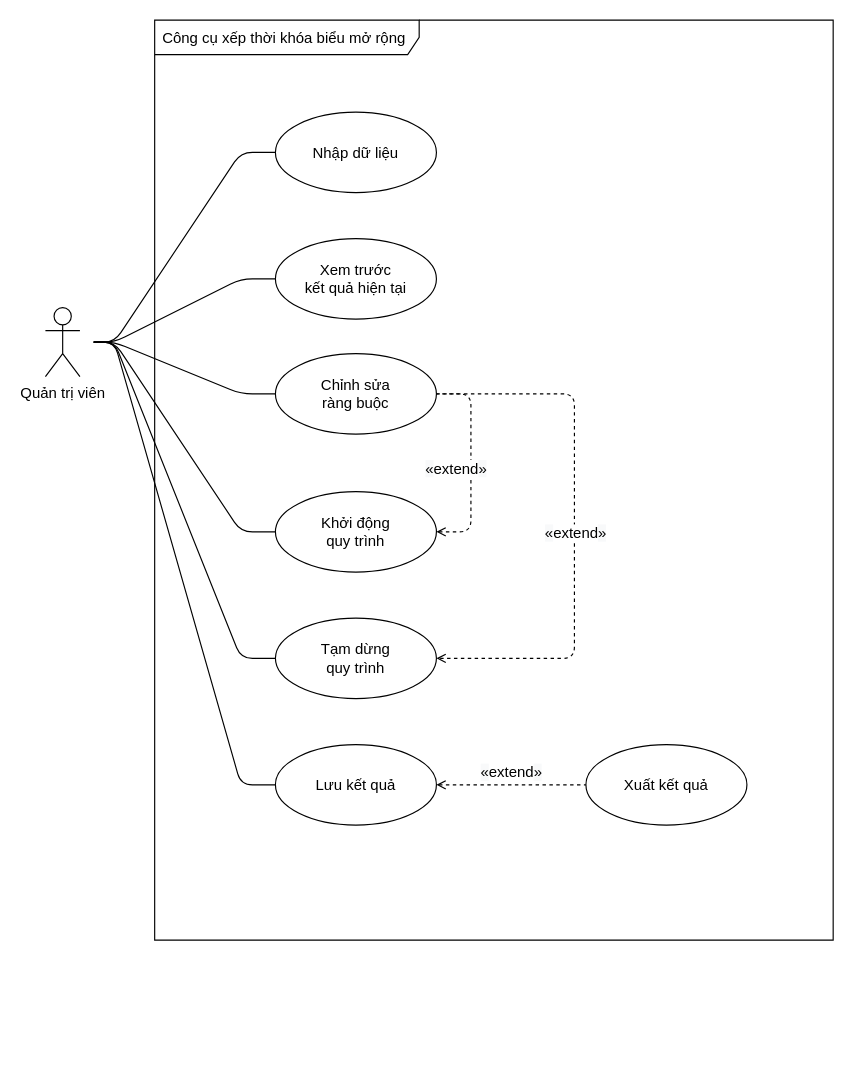
Before: page "UseCase" (4 of 7) of draw.drawio in lehongduc200115/unitime-do-an, a draw.io diagram. Source tidied: cells renumbered, new cells numbered last; positions are measured from the earlier drawing's top-left corner, leaving out a move shared by most shapes. Both pictures are drawn from the tidied source at 115%, with x=0, y=0 at pixel (45, 20).
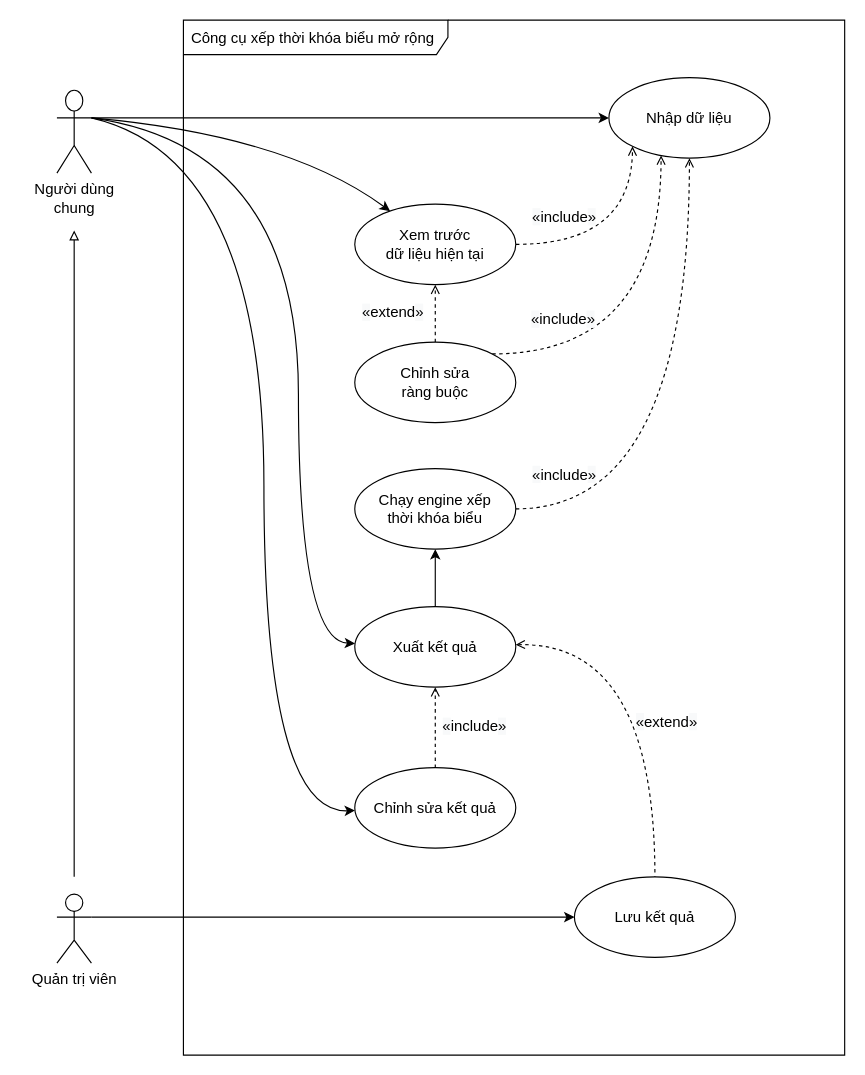
The same diagram, later.

Diff of the diagram source:
```diff
@@
     <mxCell id="2" value="Công cụ xếp thời khóa biểu mở rộng" style="shape=umlFrame;whiteSpace=wrap;html=1;width=230;height=30;boundedLbl=1;verticalAlign=middle;align=left;spacingLeft=5;fontSize=13;" parent="1" vertex="1">
-      <mxGeometry x="95" width="590" height="800" as="geometry" />
+      <mxGeometry x="120" width="575" height="900" as="geometry" />
     </mxCell>
-    <mxCell id="3" style="edgeStyle=entityRelationEdgeStyle;html=1;endArrow=none;endFill=0;elbow=vertical;sourcePerimeterSpacing=12;fontSize=13;" parent="1" edge="1" source="8" target="9">
+    <mxCell id="3" style="edgeStyle=none;html=1;endArrow=classic;endFill=1;sourcePerimeterSpacing=0;targetPerimeterSpacing=0;exitX=1;exitY=0.3333333333333333;exitDx=0;exitDy=0;exitPerimeter=0;" parent="1" edge="1" source="8" target="9">
       <mxGeometry relative="1" as="geometry" />
     </mxCell>
-    <mxCell id="4" style="edgeStyle=entityRelationEdgeStyle;html=1;endArrow=none;endFill=0;sourcePerimeterSpacing=12;fontSize=13;" parent="1" edge="1" source="8" target="12">
-      <mxGeometry relative="1" as="geometry" />
-    </mxCell>
-    <mxCell id="5" style="edgeStyle=entityRelationEdgeStyle;html=1;fontSize=13;startArrow=none;startFill=0;endArrow=none;endFill=0;sourcePerimeterSpacing=12;" parent="1" edge="1" source="8" target="17">
-      <mxGeometry relative="1" as="geometry" />
-    </mxCell>
-    <mxCell id="6" style="edgeStyle=entityRelationEdgeStyle;html=1;fontSize=13;startArrow=none;startFill=0;endArrow=none;endFill=0;sourcePerimeterSpacing=12;" parent="1" edge="1" source="8" target="20">
-      <mxGeometry relative="1" as="geometry" />
-    </mxCell>
-    <mxCell id="7" style="edgeStyle=entityRelationEdgeStyle;html=1;fontSize=13;startArrow=none;startFill=0;endArrow=none;endFill=0;sourcePerimeterSpacing=12;" parent="1" edge="1" source="8" target="21">
-      <mxGeometry relative="1" as="geometry" />
-    </mxCell>
+    <mxCell id="14" style="html=1;endArrow=classic;endFill=1;sourcePerimeterSpacing=0;targetPerimeterSpacing=0;exitX=1;exitY=0.3333333333333333;exitDx=0;exitDy=0;exitPerimeter=0;curved=1;" parent="1" edge="1" source="8" target="10">
+      <mxGeometry relative="1" as="geometry">
+        <Array as="points">
+          <mxPoint x="210" y="100" />
+        </Array>
+      </mxGeometry>
+    </mxCell>
+    <mxCell id="22" value="&lt;span style=&quot;border-color: var(--border-color); color: rgb(0, 0, 0); font-family: Helvetica; font-style: normal; font-variant-ligatures: normal; font-variant-caps: normal; font-weight: 400; letter-spacing: normal; orphans: 2; text-align: center; text-indent: 0px; text-transform: none; widows: 2; word-spacing: 0px; -webkit-text-stroke-width: 0px; text-decoration-thickness: initial; text-decoration-style: initial; text-decoration-color: initial; font-size: 13px; background-color: rgb(248, 249, 250);&quot;&gt;«&lt;/span&gt;&lt;span style=&quot;border-color: var(--border-color); color: rgb(0, 0, 0); font-family: Helvetica; font-style: normal; font-variant-ligatures: normal; font-variant-caps: normal; font-weight: 400; letter-spacing: normal; orphans: 2; text-align: center; text-indent: 0px; text-transform: none; widows: 2; word-spacing: 0px; -webkit-text-stroke-width: 0px; text-decoration-thickness: initial; text-decoration-style: initial; text-decoration-color: initial; font-size: 13px; background-color: rgb(255, 255, 255);&quot;&gt;extend&lt;/span&gt;&lt;span style=&quot;border-color: var(--border-color); color: rgb(0, 0, 0); font-family: Helvetica; font-style: normal; font-variant-ligatures: normal; font-variant-caps: normal; font-weight: 400; letter-spacing: normal; orphans: 2; text-align: center; text-indent: 0px; text-transform: none; widows: 2; word-spacing: 0px; -webkit-text-stroke-width: 0px; text-decoration-thickness: initial; text-decoration-style: initial; text-decoration-color: initial; font-size: 13px; background-color: rgb(248, 249, 250);&quot;&gt;»&lt;/span&gt;" style="edgeStyle=none;html=1;endArrow=open;endFill=0;sourcePerimeterSpacing=0;targetPerimeterSpacing=0;dashed=1;" parent="1" edge="1" source="17" target="10">
+      <mxGeometry x="0.04" y="37" relative="1" as="geometry" />
+    </mxCell>
+    <mxCell id="23" style="html=1;endArrow=classic;endFill=1;sourcePerimeterSpacing=0;targetPerimeterSpacing=0;exitX=1;exitY=0.3333333333333333;exitDx=0;exitDy=0;exitPerimeter=0;elbow=vertical;curved=1;" parent="1" edge="1" source="8" target="13">
+      <mxGeometry relative="1" as="geometry">
+        <Array as="points">
+          <mxPoint x="220" y="110" />
+          <mxPoint x="220" y="540" />
+        </Array>
+      </mxGeometry>
+    </mxCell>
+    <mxCell id="24" style="edgeStyle=none;curved=1;html=1;startArrow=none;startFill=0;endArrow=classic;endFill=1;sourcePerimeterSpacing=0;targetPerimeterSpacing=0;elbow=vertical;exitX=1;exitY=0.3333333333333333;exitDx=0;exitDy=0;exitPerimeter=0;" parent="1" edge="1" source="8" target="35">
+      <mxGeometry relative="1" as="geometry">
+        <Array as="points">
+          <mxPoint x="190" y="120" />
+          <mxPoint x="190" y="690" />
+        </Array>
+      </mxGeometry>
+    </mxCell>
-    <mxCell id="8" value="Quản trị viên" style="shape=umlActor;verticalLabelPosition=bottom;verticalAlign=top;html=1;outlineConnect=0;fontSize=13;" parent="1" vertex="1">
-      <mxGeometry y="250" width="30" height="60" as="geometry" />
+    <mxCell id="8" value="Người dùng&lt;br&gt;chung" style="shape=umlActor;verticalLabelPosition=bottom;verticalAlign=top;html=1;outlineConnect=0;fontSize=13;" parent="1" vertex="1">
+      <mxGeometry x="10" y="61" width="30" height="72" as="geometry" />
     </mxCell>
     <mxCell id="9" value="Nhập dữ liệu" style="ellipse;whiteSpace=wrap;html=1;fontSize=13;" parent="1" vertex="1">
-      <mxGeometry x="200" y="80" width="140" height="70" as="geometry" />
+      <mxGeometry x="490" y="50" width="140" height="70" as="geometry" />
     </mxCell>
+    <mxCell id="25" style="html=1;dashed=1;endArrow=open;endFill=0;edgeStyle=orthogonalEdgeStyle;curved=1;entryX=0;entryY=1;entryDx=0;entryDy=0;" parent="1" edge="1" source="10" target="9">
+      <mxGeometry relative="1" as="geometry" />
+    </mxCell>
+    <mxCell id="26" value="&lt;span style=&quot;border-color: var(--border-color); font-size: 13px; background-color: rgb(248, 249, 250);&quot;&gt;«&lt;/span&gt;&lt;span style=&quot;font-size: 13px;&quot;&gt;include&lt;/span&gt;&lt;span style=&quot;border-color: var(--border-color); font-size: 13px; background-color: rgb(248, 249, 250);&quot;&gt;»&lt;/span&gt;" style="edgeLabel;html=1;align=center;verticalAlign=middle;" parent="25" vertex="1">
+      <mxGeometry x="0.25" relative="1" as="geometry">
+        <mxPoint x="-60" y="-9" as="offset" />
+      </mxGeometry>
+    </mxCell>
-    <mxCell id="10" value="&lt;span style=&quot;font-size: 13px&quot;&gt;Xem trước&lt;br style=&quot;font-size: 13px;&quot;&gt;kết quả hiện tại&lt;/span&gt;" style="ellipse;whiteSpace=wrap;html=1;fontSize=13;" parent="1" vertex="1">
-      <mxGeometry x="200" y="190" width="140" height="70" as="geometry" />
+    <mxCell id="10" value="&lt;span style=&quot;font-size: 13px&quot;&gt;Xem trước&lt;br style=&quot;font-size: 13px;&quot;&gt;dữ liệu hiện tại&lt;/span&gt;" style="ellipse;whiteSpace=wrap;html=1;fontSize=13;" parent="1" vertex="1">
+      <mxGeometry x="269" y="160" width="140" height="70" as="geometry" />
     </mxCell>
-    <mxCell id="11" value="&lt;span style=&quot;background-color: rgb(248 , 249 , 250)&quot;&gt;«&lt;/span&gt;extend&lt;span style=&quot;background-color: rgb(248 , 249 , 250)&quot;&gt;»&lt;/span&gt;" style="edgeStyle=entityRelationEdgeStyle;html=1;fontSize=13;endArrow=none;endFill=0;sourcePerimeterSpacing=0;dashed=1;startArrow=open;startFill=0;" parent="1" edge="1" source="12" target="13">
-      <mxGeometry y="11" relative="1" as="geometry" />
+    <mxCell id="11" value="&lt;span style=&quot;background-color: rgb(248 , 249 , 250)&quot;&gt;«&lt;/span&gt;extend&lt;span style=&quot;background-color: rgb(248 , 249 , 250)&quot;&gt;»&lt;/span&gt;" style="html=1;fontSize=13;endArrow=none;endFill=0;sourcePerimeterSpacing=0;dashed=1;startArrow=open;startFill=0;curved=1;" parent="1" edge="1" source="13" target="12">
+      <mxGeometry x="0.17" y="10" relative="1" as="geometry">
+        <Array as="points">
+          <mxPoint x="530" y="540" />
+        </Array>
+      </mxGeometry>
     </mxCell>
     <mxCell id="12" value="Lưu kết quả" style="ellipse;whiteSpace=wrap;html=1;fontSize=13;" parent="1" vertex="1">
-      <mxGeometry x="200" y="630" width="140" height="70" as="geometry" />
+      <mxGeometry x="460" y="745" width="140" height="70" as="geometry" />
     </mxCell>
+    <mxCell id="27" style="edgeStyle=none;html=1;endArrow=classic;endFill=1;sourcePerimeterSpacing=0;targetPerimeterSpacing=0;elbow=vertical;" parent="1" edge="1" source="13" target="20">
+      <mxGeometry relative="1" as="geometry" />
+    </mxCell>
     <mxCell id="13" value="Xuất kết quả" style="ellipse;whiteSpace=wrap;html=1;fontSize=13;" parent="1" vertex="1">
-      <mxGeometry x="470" y="630" width="140" height="70" as="geometry" />
+      <mxGeometry x="269" y="510" width="140" height="70" as="geometry" />
     </mxCell>
-    <mxCell id="14" style="edgeStyle=entityRelationEdgeStyle;html=1;endArrow=none;endFill=0;sourcePerimeterSpacing=12;fontSize=13;" parent="1" edge="1" source="8" target="10">
-      <mxGeometry relative="1" as="geometry" />
-    </mxCell>
-    <mxCell id="15" style="edgeStyle=orthogonalEdgeStyle;html=1;fontSize=13;startArrow=none;startFill=0;endArrow=open;endFill=0;sourcePerimeterSpacing=0;dashed=1;" parent="1" edge="1" source="17" target="21">
-      <mxGeometry relative="1" as="geometry">
-        <Array as="points">
-          <mxPoint x="460" y="325" />
-          <mxPoint x="460" y="555" />
-        </Array>
-      </mxGeometry>
-    </mxCell>
-    <mxCell id="16" value="&lt;span style=&quot;background-color: rgb(248 , 249 , 250)&quot;&gt;«&lt;/span&gt;extend&lt;span style=&quot;background-color: rgb(248 , 249 , 250)&quot;&gt;»&lt;/span&gt;" style="edgeLabel;html=1;align=center;verticalAlign=middle;fontSize=13;" parent="15" vertex="1">
-      <mxGeometry x="0.23" y="1" relative="1" as="geometry">
-        <mxPoint x="-1" y="-49" as="offset" />
-      </mxGeometry>
-    </mxCell>
+    <mxCell id="28" value="&lt;span style=&quot;border-color: var(--border-color); color: rgb(0, 0, 0); font-family: Helvetica; font-style: normal; font-variant-ligatures: normal; font-variant-caps: normal; font-weight: 400; letter-spacing: normal; orphans: 2; text-align: center; text-indent: 0px; text-transform: none; widows: 2; word-spacing: 0px; -webkit-text-stroke-width: 0px; text-decoration-thickness: initial; text-decoration-style: initial; text-decoration-color: initial; font-size: 13px; background-color: rgb(248, 249, 250);&quot;&gt;«&lt;/span&gt;&lt;span style=&quot;border-color: var(--border-color); color: rgb(0, 0, 0); font-family: Helvetica; font-style: normal; font-variant-ligatures: normal; font-variant-caps: normal; font-weight: 400; letter-spacing: normal; orphans: 2; text-align: center; text-indent: 0px; text-transform: none; widows: 2; word-spacing: 0px; -webkit-text-stroke-width: 0px; text-decoration-thickness: initial; text-decoration-style: initial; text-decoration-color: initial; font-size: 13px;&quot;&gt;include&lt;/span&gt;&lt;span style=&quot;border-color: var(--border-color); color: rgb(0, 0, 0); font-family: Helvetica; font-style: normal; font-variant-ligatures: normal; font-variant-caps: normal; font-weight: 400; letter-spacing: normal; orphans: 2; text-align: center; text-indent: 0px; text-transform: none; widows: 2; word-spacing: 0px; -webkit-text-stroke-width: 0px; text-decoration-thickness: initial; text-decoration-style: initial; text-decoration-color: initial; font-size: 13px; background-color: rgb(248, 249, 250);&quot;&gt;»&lt;/span&gt;" style="html=1;dashed=1;endArrow=open;endFill=0;exitX=1;exitY=0;exitDx=0;exitDy=0;edgeStyle=orthogonalEdgeStyle;curved=1;entryX=0.324;entryY=0.967;entryDx=0;entryDy=0;entryPerimeter=0;" parent="1" edge="1" source="17" target="9">
+      <mxGeometry x="-0.62" y="30" relative="1" as="geometry" />
+    </mxCell>
     <mxCell id="17" value="Chỉnh sửa&lt;br&gt;ràng buộc" style="ellipse;whiteSpace=wrap;html=1;fontSize=13;" parent="1" vertex="1">
-      <mxGeometry x="200" y="290" width="140" height="70" as="geometry" />
+      <mxGeometry x="269" y="280" width="140" height="70" as="geometry" />
     </mxCell>
-    <mxCell id="18" style="edgeStyle=entityRelationEdgeStyle;html=1;fontSize=13;startArrow=open;startFill=0;endArrow=none;endFill=0;sourcePerimeterSpacing=0;dashed=1;" parent="1" edge="1" source="20" target="17">
-      <mxGeometry relative="1" as="geometry" />
-    </mxCell>
-    <mxCell id="19" value="&lt;span style=&quot;background-color: rgb(248 , 249 , 250)&quot;&gt;«&lt;/span&gt;extend&lt;span style=&quot;background-color: rgb(248 , 249 , 250)&quot;&gt;»&lt;/span&gt;" style="edgeLabel;html=1;align=center;verticalAlign=middle;fontSize=13;" parent="18" vertex="1">
-      <mxGeometry x="0.04" y="1" relative="1" as="geometry">
-        <mxPoint x="-13" y="8" as="offset" />
-      </mxGeometry>
-    </mxCell>
+    <mxCell id="29" style="edgeStyle=orthogonalEdgeStyle;html=1;endArrow=open;endFill=0;sourcePerimeterSpacing=0;targetPerimeterSpacing=0;dashed=1;curved=1;" parent="1" edge="1" source="20" target="9">
+      <mxGeometry relative="1" as="geometry">
+        <Array as="points">
+          <mxPoint x="560" y="425" />
+        </Array>
+      </mxGeometry>
+    </mxCell>
+    <mxCell id="30" value="&lt;span style=&quot;border-color: var(--border-color); font-size: 13px; background-color: rgb(248, 249, 250);&quot;&gt;«&lt;/span&gt;&lt;span style=&quot;border-color: var(--border-color); font-size: 13px;&quot;&gt;include&lt;/span&gt;&lt;span style=&quot;border-color: var(--border-color); font-size: 13px; background-color: rgb(248, 249, 250);&quot;&gt;»&lt;/span&gt;" style="edgeLabel;html=1;align=center;verticalAlign=middle;" parent="29" vertex="1">
+      <mxGeometry x="0.14" relative="1" as="geometry">
+        <mxPoint x="-110" y="78" as="offset" />
+      </mxGeometry>
+    </mxCell>
-    <mxCell id="20" value="Khởi động&lt;br&gt;quy trình" style="ellipse;whiteSpace=wrap;html=1;fontSize=13;" parent="1" vertex="1">
-      <mxGeometry x="200" y="410" width="140" height="70" as="geometry" />
+    <mxCell id="20" value="Chạy engine xếp&lt;br&gt;thời khóa biểu" style="ellipse;whiteSpace=wrap;html=1;fontSize=13;" parent="1" vertex="1">
+      <mxGeometry x="269" y="390" width="140" height="70" as="geometry" />
     </mxCell>
-    <mxCell id="21" value="Tạm dừng&lt;br&gt;quy trình" style="ellipse;whiteSpace=wrap;html=1;fontSize=13;" parent="1" vertex="1">
-      <mxGeometry x="200" y="520" width="140" height="70" as="geometry" />
-    </mxCell>
+    <mxCell id="31" style="edgeStyle=none;html=1;endArrow=block;endFill=0;targetPerimeterSpacing=50;sourcePerimeterSpacing=15;" parent="1" edge="1" source="33" target="8">
+      <mxGeometry relative="1" as="geometry" />
+    </mxCell>
+    <mxCell id="32" style="html=1;endArrow=classic;endFill=1;sourcePerimeterSpacing=0;targetPerimeterSpacing=0;exitX=1;exitY=0.3333333333333333;exitDx=0;exitDy=0;exitPerimeter=0;" parent="1" edge="1" source="33" target="12">
+      <mxGeometry relative="1" as="geometry" />
+    </mxCell>
+    <mxCell id="33" value="Quản trị viên" style="shape=umlActor;verticalLabelPosition=bottom;verticalAlign=top;html=1;outlineConnect=0;fontSize=13;" parent="1" vertex="1">
+      <mxGeometry x="10" y="760" width="30" height="60" as="geometry" />
+    </mxCell>
+    <mxCell id="34" value="&lt;span style=&quot;border-color: var(--border-color); color: rgb(0, 0, 0); font-family: Helvetica; font-style: normal; font-variant-ligatures: normal; font-variant-caps: normal; font-weight: 400; letter-spacing: normal; orphans: 2; text-align: center; text-indent: 0px; text-transform: none; widows: 2; word-spacing: 0px; -webkit-text-stroke-width: 0px; text-decoration-thickness: initial; text-decoration-style: initial; text-decoration-color: initial; font-size: 13px; background-color: rgb(248, 249, 250);&quot;&gt;«&lt;/span&gt;&lt;span style=&quot;border-color: var(--border-color); color: rgb(0, 0, 0); font-family: Helvetica; font-style: normal; font-variant-ligatures: normal; font-variant-caps: normal; font-weight: 400; letter-spacing: normal; orphans: 2; text-align: center; text-indent: 0px; text-transform: none; widows: 2; word-spacing: 0px; -webkit-text-stroke-width: 0px; text-decoration-thickness: initial; text-decoration-style: initial; text-decoration-color: initial; font-size: 13px; background-color: rgb(255, 255, 255);&quot;&gt;include&lt;/span&gt;&lt;span style=&quot;border-color: var(--border-color); color: rgb(0, 0, 0); font-family: Helvetica; font-style: normal; font-variant-ligatures: normal; font-variant-caps: normal; font-weight: 400; letter-spacing: normal; orphans: 2; text-align: center; text-indent: 0px; text-transform: none; widows: 2; word-spacing: 0px; -webkit-text-stroke-width: 0px; text-decoration-thickness: initial; text-decoration-style: initial; text-decoration-color: initial; font-size: 13px; background-color: rgb(248, 249, 250);&quot;&gt;»&lt;/span&gt;" style="edgeStyle=none;curved=1;html=1;endArrow=open;endFill=0;sourcePerimeterSpacing=0;targetPerimeterSpacing=0;elbow=vertical;dashed=1;startArrow=none;startFill=0;" parent="1" edge="1" source="35" target="13">
+      <mxGeometry x="0.03" y="-34" relative="1" as="geometry" />
+    </mxCell>
+    <mxCell id="35" value="Chỉnh sửa kết quả" style="ellipse;whiteSpace=wrap;html=1;fontSize=13;" parent="1" vertex="1">
+      <mxGeometry x="269" y="650" width="140" height="70" as="geometry" />
+    </mxCell>
```
